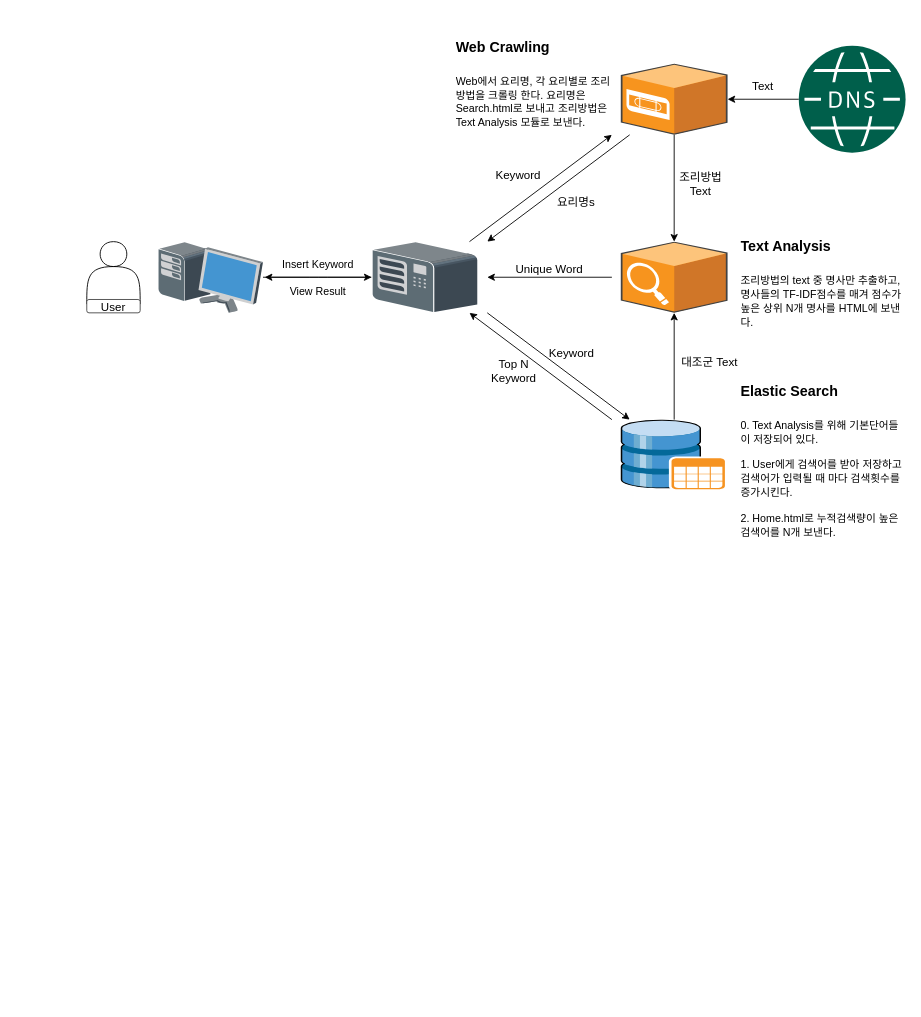
uytgb159/Recipe_class keeps this draw.io diagram as Diagram.drawio. Above is the earlier version. Source tidied: cells renumbered, new cells numbered last; positions are measured from the earlier drawing's top-left corner, leaving out a move shared by most shapes. Both pictures are drawn from the tidied source at 89%, with x=0, y=0 at pixel (86, 24).
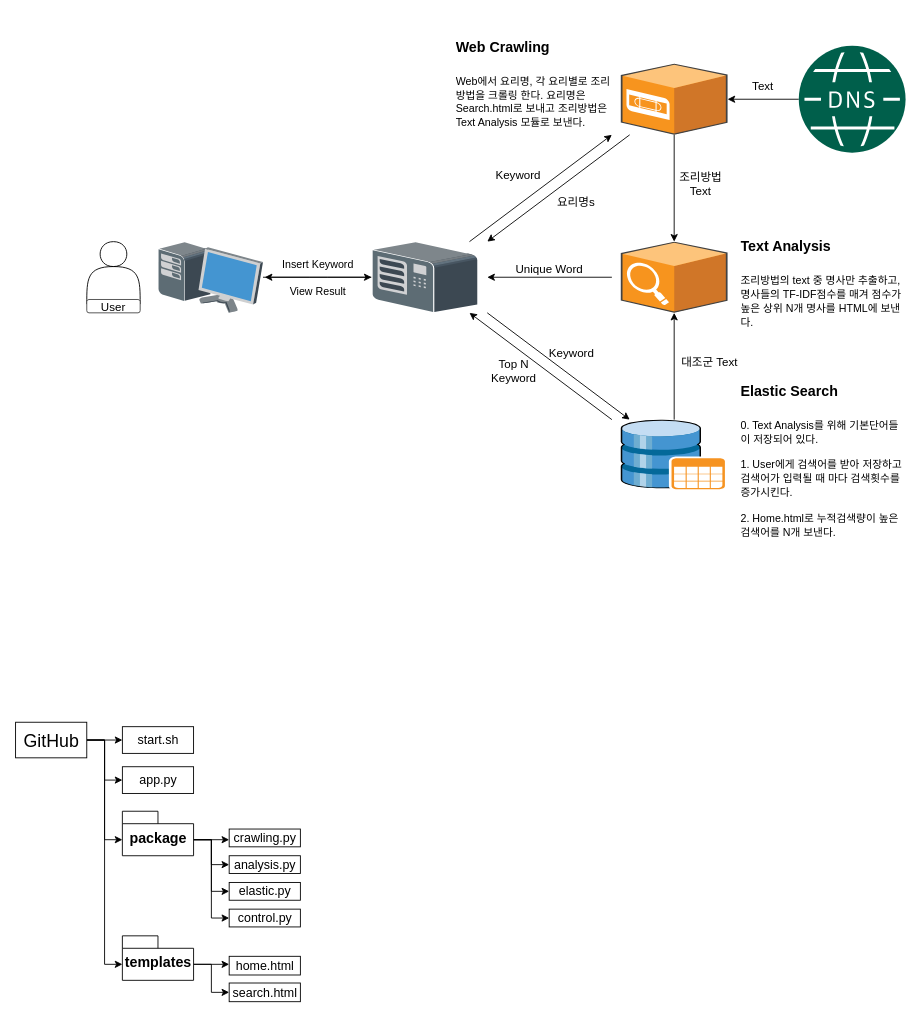
The same page after the edit.

The edit, as a diff of the source:
```diff
@@
+    <mxCell id="33" style="edgeStyle=orthogonalEdgeStyle;rounded=0;jettySize=auto;html=1;exitX=0;exitY=0;exitDx=80;exitDy=32;exitPerimeter=0;entryX=0;entryY=0.5;entryDx=0;entryDy=0;fontSize=14;" parent="1" edge="1" source="37">
+      <mxGeometry relative="1" as="geometry">
+        <mxPoint x="160" y="916" as="targetPoint" />
+      </mxGeometry>
+    </mxCell>
+    <mxCell id="34" style="edgeStyle=orthogonalEdgeStyle;rounded=0;jettySize=auto;html=1;exitX=0;exitY=0;exitDx=80;exitDy=32;exitPerimeter=0;entryX=0;entryY=0.5;entryDx=0;entryDy=0;fontSize=14;" parent="1" edge="1" source="37" target="44">
+      <mxGeometry relative="1" as="geometry" />
+    </mxCell>
+    <mxCell id="35" style="edgeStyle=orthogonalEdgeStyle;rounded=0;jettySize=auto;html=1;exitX=0;exitY=0;exitDx=80;exitDy=32;exitPerimeter=0;entryX=0;entryY=0.5;entryDx=0;entryDy=0;fontSize=14;" parent="1" edge="1" source="37" target="45">
+      <mxGeometry relative="1" as="geometry" />
+    </mxCell>
+    <mxCell id="36" style="edgeStyle=orthogonalEdgeStyle;rounded=0;jettySize=auto;html=1;exitX=0;exitY=0;exitDx=80;exitDy=32;exitPerimeter=0;entryX=0;entryY=0.5;entryDx=0;entryDy=0;fontSize=14;" parent="1" edge="1" source="37" target="46">
+      <mxGeometry relative="1" as="geometry" />
+    </mxCell>
+    <mxCell id="37" value="&lt;font style=&quot;font-size: 16px;&quot;&gt;package&lt;/font&gt;" style="shape=folder;fontStyle=1;spacingTop=10;tabWidth=40;tabHeight=14;tabPosition=left;html=1;" parent="1" vertex="1">
+      <mxGeometry x="40" y="884" width="80" height="50" as="geometry" />
+    </mxCell>
+    <mxCell id="38" style="edgeStyle=orthogonalEdgeStyle;rounded=0;jettySize=auto;html=1;exitX=1;exitY=0.5;exitDx=0;exitDy=0;entryX=0;entryY=0.5;entryDx=0;entryDy=0;fontSize=12;" parent="1" edge="1" source="42" target="53">
+      <mxGeometry relative="1" as="geometry" />
+    </mxCell>
+    <mxCell id="39" style="edgeStyle=orthogonalEdgeStyle;rounded=0;jettySize=auto;html=1;exitX=1;exitY=0.5;exitDx=0;exitDy=0;fontSize=12;entryX=0;entryY=0;entryDx=0;entryDy=32;entryPerimeter=0;" parent="1" edge="1" source="42" target="37">
+      <mxGeometry relative="1" as="geometry" />
+    </mxCell>
+    <mxCell id="40" style="edgeStyle=orthogonalEdgeStyle;rounded=0;jettySize=auto;html=1;exitX=1;exitY=0.5;exitDx=0;exitDy=0;entryX=0;entryY=0;entryDx=0;entryDy=32;entryPerimeter=0;fontSize=12;" parent="1" edge="1" source="42" target="49">
+      <mxGeometry relative="1" as="geometry" />
+    </mxCell>
+    <mxCell id="41" style="edgeStyle=orthogonalEdgeStyle;rounded=0;jettySize=auto;html=1;exitX=1;exitY=0.5;exitDx=0;exitDy=0;entryX=0;entryY=0.5;entryDx=0;entryDy=0;fontSize=14;" parent="1" edge="1" source="42" target="43">
+      <mxGeometry relative="1" as="geometry" />
+    </mxCell>
+    <mxCell id="42" value="&lt;font style=&quot;font-size: 20px;&quot;&gt;GitHub&lt;/font&gt;" style="html=1;" parent="1" vertex="1">
+      <mxGeometry x="-80" y="784" width="80" height="40" as="geometry" />
+    </mxCell>
+    <mxCell id="43" value="&lt;font style=&quot;font-size: 14px;&quot;&gt;app.py&lt;/font&gt;" style="html=1;labelBackgroundColor=none;labelBorderColor=none;fontSize=12;" parent="1" vertex="1">
+      <mxGeometry x="40" y="834" width="80" height="30" as="geometry" />
+    </mxCell>
+    <mxCell id="44" value="&lt;font style=&quot;font-size: 14px;&quot;&gt;analysis.py&lt;/font&gt;" style="html=1;labelBackgroundColor=none;labelBorderColor=none;fontSize=12;" parent="1" vertex="1">
+      <mxGeometry x="160" y="934" width="80" height="20" as="geometry" />
+    </mxCell>
+    <mxCell id="45" value="&lt;font style=&quot;font-size: 14px;&quot;&gt;elastic.py&lt;/font&gt;" style="html=1;labelBackgroundColor=none;labelBorderColor=none;fontSize=12;" parent="1" vertex="1">
+      <mxGeometry x="160" y="964" width="80" height="20" as="geometry" />
+    </mxCell>
+    <mxCell id="46" value="&lt;font style=&quot;font-size: 14px;&quot;&gt;control.py&lt;/font&gt;" style="html=1;labelBackgroundColor=none;labelBorderColor=none;fontSize=12;" parent="1" vertex="1">
+      <mxGeometry x="160" y="994" width="80" height="20" as="geometry" />
+    </mxCell>
+    <mxCell id="47" style="edgeStyle=orthogonalEdgeStyle;rounded=0;jettySize=auto;html=1;exitX=0;exitY=0;exitDx=80;exitDy=32;exitPerimeter=0;entryX=0;entryY=0.5;entryDx=0;entryDy=0;fontSize=14;" parent="1" edge="1" source="49" target="50">
+      <mxGeometry relative="1" as="geometry" />
+    </mxCell>
+    <mxCell id="48" style="edgeStyle=orthogonalEdgeStyle;rounded=0;jettySize=auto;html=1;exitX=0;exitY=0;exitDx=80;exitDy=32;exitPerimeter=0;entryX=0;entryY=0.429;entryDx=0;entryDy=0;entryPerimeter=0;fontSize=14;" parent="1" edge="1" source="49" target="52">
+      <mxGeometry relative="1" as="geometry" />
+    </mxCell>
+    <mxCell id="49" value="&lt;span style=&quot;font-size: 16px;&quot;&gt;templates&lt;/span&gt;" style="shape=folder;fontStyle=1;spacingTop=10;tabWidth=40;tabHeight=14;tabPosition=left;html=1;" parent="1" vertex="1">
+      <mxGeometry x="40" y="1024" width="80" height="50" as="geometry" />
+    </mxCell>
+    <mxCell id="50" value="&lt;font style=&quot;font-size: 14px;&quot;&gt;search.html&lt;/font&gt;" style="html=1;labelBackgroundColor=none;labelBorderColor=none;fontSize=12;" parent="1" vertex="1">
+      <mxGeometry x="160" y="1077" width="80" height="21" as="geometry" />
+    </mxCell>
+    <mxCell id="51" value="&lt;span style=&quot;font-size: 14px;&quot;&gt;crawling.py&lt;/span&gt;" style="html=1;labelBackgroundColor=none;labelBorderColor=none;fontSize=12;" parent="1" vertex="1">
+      <mxGeometry x="160" y="904" width="80" height="20" as="geometry" />
+    </mxCell>
+    <mxCell id="52" value="&lt;font style=&quot;font-size: 14px;&quot;&gt;home.html&lt;/font&gt;" style="html=1;labelBackgroundColor=none;labelBorderColor=none;fontSize=12;" parent="1" vertex="1">
+      <mxGeometry x="160" y="1047" width="80" height="21" as="geometry" />
+    </mxCell>
+    <mxCell id="53" value="&lt;font style=&quot;font-size: 14px;&quot;&gt;start.sh&lt;/font&gt;" style="html=1;labelBackgroundColor=none;labelBorderColor=none;fontSize=12;" parent="1" vertex="1">
+      <mxGeometry x="40" y="789" width="80" height="30" as="geometry" />
+    </mxCell>
```
